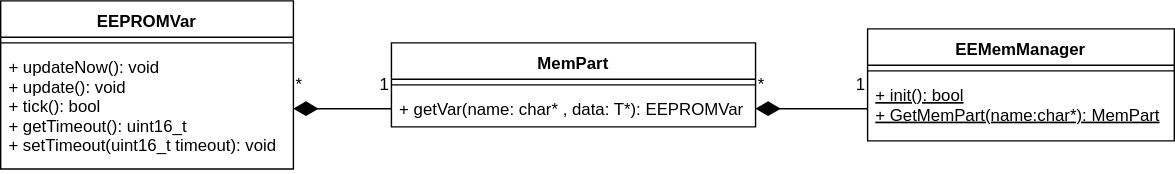
The draw.io diagram report/resources/images/interface-cd.svg in almiluk/bachelor_thesis, before a commit. Source tidied: cells renumbered, new cells last; positions are measured from the earlier drawing's top-left corner, leaving out a move shared by most shapes.
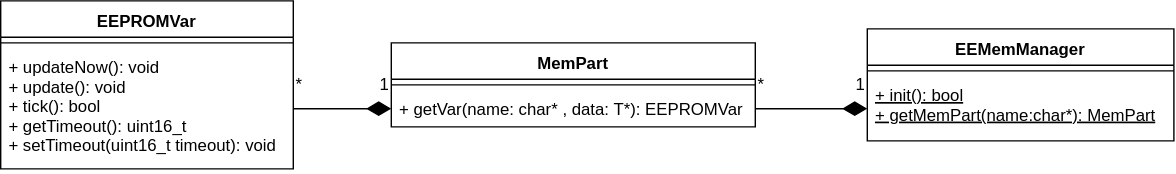
Above is the later version.

Commit message:
report: wtite aboute the need for interface improvements

Change to the diagram source:
```diff
@@ -1,4 +1,4 @@
-<mxGraphModel background="#ffffff">
+<mxGraphModel>
   <root>
     <mxCell id="0" />
     <mxCell id="1" parent="0" />
@@ -26,13 +26,13 @@
     <mxCell id="9" style="line;strokeWidth=1;fillColor=none;align=left;verticalAlign=middle;spacingTop=-1;spacingLeft=3;spacingRight=3;labelPosition=right;" parent="8" vertex="1">
       <mxGeometry y="26" width="219" height="8" as="geometry" />
     </mxCell>
-    <mxCell id="10" value="+ init(): bool&#10;+ GetMemPart(name:char*): MemPart" style="text;strokeColor=none;fillColor=none;align=left;verticalAlign=top;spacingLeft=4;spacingRight=4;overflow=hidden;points=[[0,0.5],[1,0.5]];portConstraint=eastwest;fontStyle=4;" parent="8" vertex="1">
+    <mxCell id="10" value="+ init(): bool&#10;+ getMemPart(name:char*): MemPart" style="text;strokeColor=none;fillColor=none;align=left;verticalAlign=top;spacingLeft=4;spacingRight=4;overflow=hidden;points=[[0,0.5],[1,0.5]];portConstraint=eastwest;fontStyle=4;" parent="8" vertex="1">
       <mxGeometry y="34" width="219" height="46" as="geometry" />
     </mxCell>
-    <mxCell id="11" style="edgeStyle=none;rounded=0;jettySize=auto;html=1;exitX=0;exitY=0.5;exitDx=0;exitDy=0;entryX=1;entryY=0.5;entryDx=0;entryDy=0;startArrow=none;startFill=0;endArrow=diamondThin;endFill=1;startSize=6;endSize=15;" parent="1" edge="1" source="7" target="4">
+    <mxCell id="11" style="edgeStyle=none;rounded=0;jettySize=auto;html=1;exitX=0;exitY=0.5;exitDx=0;exitDy=0;entryX=1;entryY=0.5;entryDx=0;entryDy=0;startArrow=diamondThin;startFill=1;endArrow=none;endFill=0;startSize=15;endSize=15;" parent="1" edge="1" source="7" target="4">
       <mxGeometry relative="1" as="geometry" />
     </mxCell>
-    <mxCell id="12" style="edgeStyle=none;rounded=0;jettySize=auto;html=1;exitX=0;exitY=0.5;exitDx=0;exitDy=0;entryX=1;entryY=0.5;entryDx=0;entryDy=0;startArrow=none;startFill=0;startSize=6;endArrow=diamondThin;endFill=1;endSize=15;" parent="1" edge="1" source="10" target="7">
+    <mxCell id="12" style="edgeStyle=none;rounded=0;jettySize=auto;html=1;exitX=0;exitY=0.5;exitDx=0;exitDy=0;entryX=1;entryY=0.5;entryDx=0;entryDy=0;startArrow=diamondThin;startFill=1;startSize=15;endArrow=none;endFill=0;endSize=15;" parent="1" edge="1" source="10" target="7">
       <mxGeometry relative="1" as="geometry" />
     </mxCell>
     <mxCell id="13" value="1" style="text;html=1;align=left;verticalAlign=top;spacingTop=-4;" parent="1" vertex="1">
```
